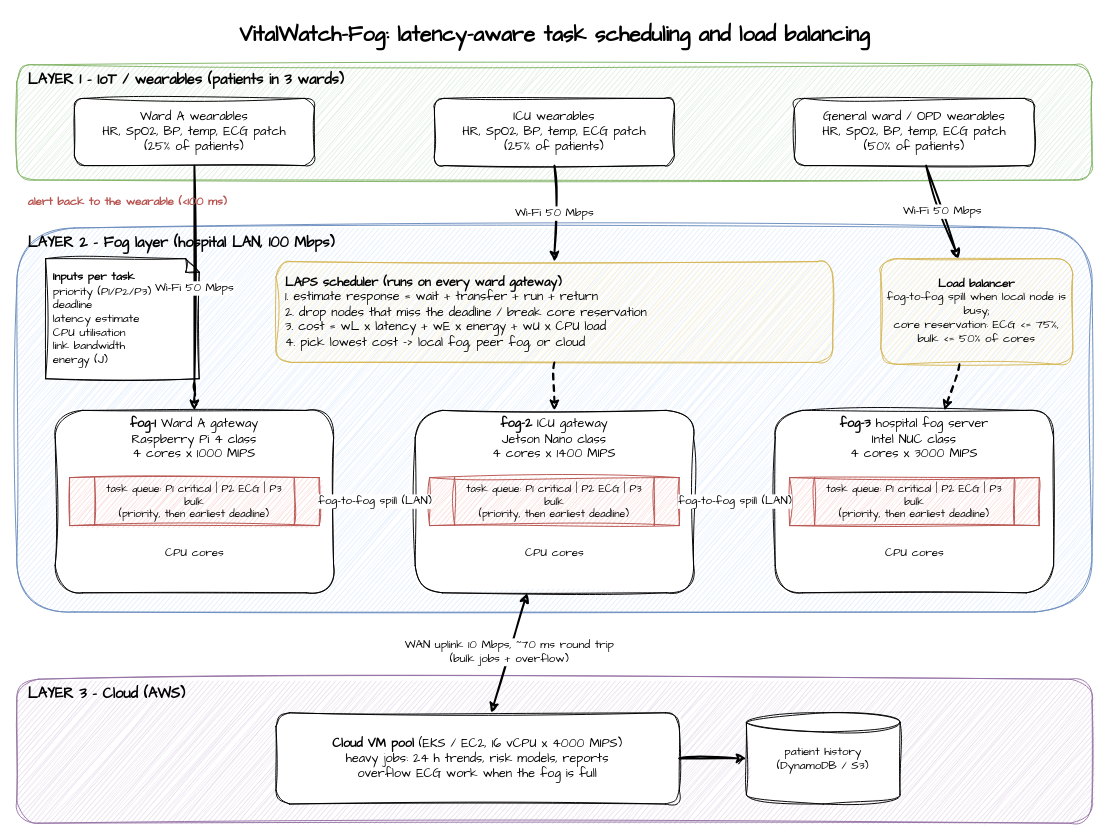
Before: cia2/report/architecture.drawio in Shakthe/cfccia, a draw.io diagram. Source tidied: cells renumbered, new cells numbered last; positions are measured from the earlier drawing's top-left corner, leaving out a move shared by most shapes. Both pictures are drawn from the tidied source at 96%, with x=0, y=0 at pixel (16, 16).
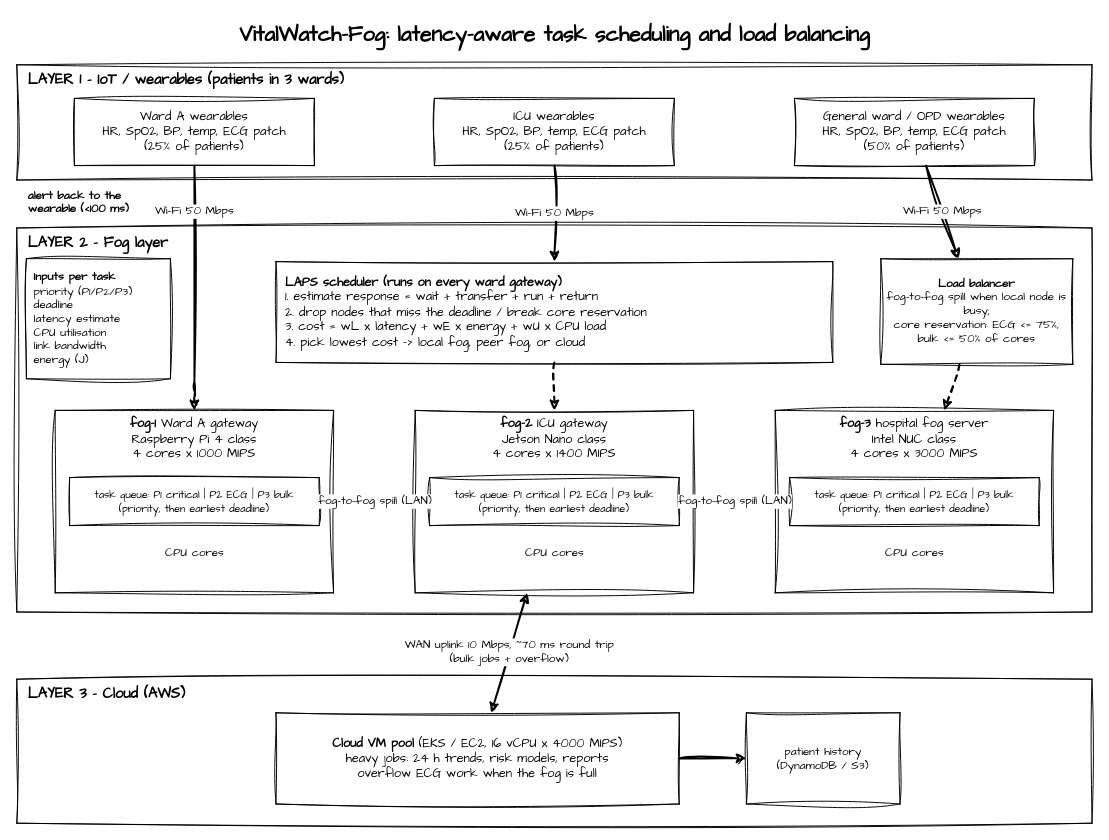
The same diagram, later.

Commit message (it also covers changes not shown here):
Redraw architecture diagram in plain black and white

Diff of the diagram source:
```diff
@@
-    <mxCell id="2" value="VitalWatch-Fog: latency-aware task scheduling and load balancing" style="text;html=1;fontSize=22;fontStyle=1;fontFamily=Architects Daughter;align=center;" parent="1" vertex="1">
+    <mxCell id="2" value="VitalWatch-Fog: latency-aware task scheduling and load balancing" style="text;html=1;fontSize=22;fontStyle=1;fontFamily=Architects Daughter;align=center;strokeColor=none;fontColor=#000000;" parent="1" vertex="1">
       <mxGeometry x="110" width="900" height="36" as="geometry" />
     </mxCell>
-    <mxCell id="3" value="LAYER 1 - IoT / wearables (patients in 3 wards)" style="rounded=1;whiteSpace=wrap;html=1;sketch=1;curveFitting=1;jiggle=2;fillColor=#d5e8d4;strokeColor=#82b366;verticalAlign=top;align=left;spacingLeft=10;fontSize=15;fontStyle=1;fontFamily=Architects Daughter;" parent="1" vertex="1">
+    <mxCell id="3" value="LAYER 1 - IoT / wearables (patients in 3 wards)" style="rounded=0;whiteSpace=wrap;html=1;sketch=1;curveFitting=1;jiggle=2;verticalAlign=top;align=left;spacingLeft=10;fontSize=15;fontStyle=1;fontFamily=Architects Daughter;fillColor=none;strokeColor=#000000;fontColor=#000000;" parent="1" vertex="1">
       <mxGeometry y="50" width="1120" height="120" as="geometry" />
     </mxCell>
-    <mxCell id="4" value="Ward A wearables&lt;br&gt;HR, SpO2, BP, temp, ECG patch&lt;br&gt;(25% of patients)" style="rounded=1;whiteSpace=wrap;html=1;sketch=1;curveFitting=1;jiggle=2;fillColor=#ffffff;fontFamily=Architects Daughter;fontSize=13;" parent="1" vertex="1">
+    <mxCell id="4" value="Ward A wearables&lt;br&gt;HR, SpO2, BP, temp, ECG patch&lt;br&gt;(25% of patients)" style="rounded=0;whiteSpace=wrap;html=1;sketch=1;curveFitting=1;jiggle=2;fontFamily=Architects Daughter;fontSize=13;fillColor=none;strokeColor=#000000;fontColor=#000000;" parent="1" vertex="1">
       <mxGeometry x="60" y="85" width="250" height="70" as="geometry" />
     </mxCell>
-    <mxCell id="5" value="ICU wearables&lt;br&gt;HR, SpO2, BP, temp, ECG patch&lt;br&gt;(25% of patients)" style="rounded=1;whiteSpace=wrap;html=1;sketch=1;curveFitting=1;jiggle=2;fillColor=#ffffff;fontFamily=Architects Daughter;fontSize=13;" parent="1" vertex="1">
+    <mxCell id="5" value="ICU wearables&lt;br&gt;HR, SpO2, BP, temp, ECG patch&lt;br&gt;(25% of patients)" style="rounded=0;whiteSpace=wrap;html=1;sketch=1;curveFitting=1;jiggle=2;fontFamily=Architects Daughter;fontSize=13;fillColor=none;strokeColor=#000000;fontColor=#000000;" parent="1" vertex="1">
       <mxGeometry x="435" y="85" width="250" height="70" as="geometry" />
     </mxCell>
-    <mxCell id="6" value="General ward / OPD wearables&lt;br&gt;HR, SpO2, BP, temp, ECG patch&lt;br&gt;(50% of patients)" style="rounded=1;whiteSpace=wrap;html=1;sketch=1;curveFitting=1;jiggle=2;fillColor=#ffffff;fontFamily=Architects Daughter;fontSize=13;" parent="1" vertex="1">
+    <mxCell id="6" value="General ward / OPD wearables&lt;br&gt;HR, SpO2, BP, temp, ECG patch&lt;br&gt;(50% of patients)" style="rounded=0;whiteSpace=wrap;html=1;sketch=1;curveFitting=1;jiggle=2;fontFamily=Architects Daughter;fontSize=13;fillColor=none;strokeColor=#000000;fontColor=#000000;" parent="1" vertex="1">
       <mxGeometry x="810" y="85" width="250" height="70" as="geometry" />
     </mxCell>
-    <mxCell id="7" value="LAYER 2 - Fog layer (hospital LAN, 100 Mbps)" style="rounded=1;whiteSpace=wrap;html=1;sketch=1;curveFitting=1;jiggle=2;fillColor=#dae8fc;strokeColor=#6c8ebf;verticalAlign=top;align=left;spacingLeft=10;fontSize=15;fontStyle=1;fontFamily=Architects Daughter;" parent="1" vertex="1">
+    <mxCell id="7" value="LAYER 2 - Fog layer" style="rounded=0;whiteSpace=wrap;html=1;sketch=1;curveFitting=1;jiggle=2;verticalAlign=top;align=left;spacingLeft=10;fontSize=15;fontStyle=1;fontFamily=Architects Daughter;fillColor=none;strokeColor=#000000;fontColor=#000000;" parent="1" vertex="1">
       <mxGeometry y="220" width="1120" height="400" as="geometry" />
     </mxCell>
-    <mxCell id="8" value="&lt;b&gt;LAPS scheduler (runs on every ward gateway)&lt;/b&gt;&lt;br&gt;1. estimate response = wait + transfer + run + return&lt;br&gt;2. drop nodes that miss the deadline / break core reservation&lt;br&gt;3. cost = wL x latency + wE x energy + wU x CPU load&lt;br&gt;4. pick lowest cost -&gt; local fog, peer fog, or cloud" style="rounded=1;whiteSpace=wrap;html=1;sketch=1;curveFitting=1;jiggle=2;fillColor=#fff2cc;strokeColor=#d6b656;fontFamily=Architects Daughter;fontSize=13;align=left;spacingLeft=8;" parent="1" vertex="1">
+    <mxCell id="8" value="&lt;b&gt;LAPS scheduler (runs on every ward gateway)&lt;/b&gt;&lt;br&gt;1. estimate response = wait + transfer + run + return&lt;br&gt;2. drop nodes that miss the deadline / break core reservation&lt;br&gt;3. cost = wL x latency + wE x energy + wU x CPU load&lt;br&gt;4. pick lowest cost -&gt; local fog, peer fog, or cloud" style="rounded=0;whiteSpace=wrap;html=1;sketch=1;curveFitting=1;jiggle=2;fontFamily=Architects Daughter;fontSize=13;align=left;spacingLeft=8;fillColor=none;strokeColor=#000000;fontColor=#000000;" parent="1" vertex="1">
       <mxGeometry x="270" y="255" width="580" height="105" as="geometry" />
     </mxCell>
-    <mxCell id="9" value="&lt;b&gt;Inputs per task&lt;/b&gt;&lt;br&gt;priority (P1/P2/P3)&lt;br&gt;deadline&lt;br&gt;latency estimate&lt;br&gt;CPU utilisation&lt;br&gt;link bandwidth&lt;br&gt;energy (J)" style="shape=note;whiteSpace=wrap;html=1;sketch=1;curveFitting=1;jiggle=2;fillColor=#ffffff;fontFamily=Architects Daughter;fontSize=12;align=left;spacingLeft=6;size=14;" parent="1" vertex="1">
-      <mxGeometry x="30" y="252" width="160" height="125" as="geometry" />
+    <mxCell id="9" value="&lt;b&gt;Inputs per task&lt;/b&gt;&lt;br&gt;priority (P1/P2/P3)&lt;br&gt;deadline&lt;br&gt;latency estimate&lt;br&gt;CPU utilisation&lt;br&gt;link bandwidth&lt;br&gt;energy (J)" style="rounded=0;whiteSpace=wrap;html=1;sketch=1;curveFitting=1;jiggle=2;fontFamily=Architects Daughter;fontSize=12;align=left;spacingLeft=6;fillColor=none;strokeColor=#000000;fontColor=#000000;" parent="1" vertex="1">
+      <mxGeometry x="10" y="252" width="150" height="125" as="geometry" />
     </mxCell>
-    <mxCell id="10" value="&lt;b&gt;Load balancer&lt;/b&gt;&lt;br&gt;fog-to-fog spill when local node is busy;&lt;br&gt;core reservation: ECG &lt;= 75%, bulk &lt;= 50% of cores" style="rounded=1;whiteSpace=wrap;html=1;sketch=1;curveFitting=1;jiggle=2;fillColor=#fff2cc;strokeColor=#d6b656;fontFamily=Architects Daughter;fontSize=12;" parent="1" vertex="1">
+    <mxCell id="10" value="&lt;b&gt;Load balancer&lt;/b&gt;&lt;br&gt;fog-to-fog spill when local node is busy;&lt;br&gt;core reservation: ECG &lt;= 75%, bulk &lt;= 50% of cores" style="rounded=0;whiteSpace=wrap;html=1;sketch=1;curveFitting=1;jiggle=2;fontFamily=Architects Daughter;fontSize=12;fillColor=none;strokeColor=#000000;fontColor=#000000;" parent="1" vertex="1">
       <mxGeometry x="900" y="252" width="200" height="110" as="geometry" />
     </mxCell>
-    <mxCell id="11" value="&lt;b&gt;fog-1&lt;/b&gt; Ward A gateway&lt;br&gt;Raspberry Pi 4 class&lt;br&gt;4 cores x 1000 MIPS" style="rounded=1;whiteSpace=wrap;html=1;sketch=1;curveFitting=1;jiggle=2;fillColor=#ffffff;fontFamily=Architects Daughter;fontSize=13;verticalAlign=top;" parent="1" vertex="1">
+    <mxCell id="11" value="&lt;b&gt;fog-1&lt;/b&gt; Ward A gateway&lt;br&gt;Raspberry Pi 4 class&lt;br&gt;4 cores x 1000 MIPS" style="rounded=0;whiteSpace=wrap;html=1;sketch=1;curveFitting=1;jiggle=2;fontFamily=Architects Daughter;fontSize=13;verticalAlign=top;fillColor=none;strokeColor=#000000;fontColor=#000000;" parent="1" vertex="1">
       <mxGeometry x="40" y="410" width="290" height="190" as="geometry" />
     </mxCell>
-    <mxCell id="12" value="&lt;b&gt;fog-2&lt;/b&gt; ICU gateway&lt;br&gt;Jetson Nano class&lt;br&gt;4 cores x 1400 MIPS" style="rounded=1;whiteSpace=wrap;html=1;sketch=1;curveFitting=1;jiggle=2;fillColor=#ffffff;fontFamily=Architects Daughter;fontSize=13;verticalAlign=top;" parent="1" vertex="1">
+    <mxCell id="12" value="&lt;b&gt;fog-2&lt;/b&gt; ICU gateway&lt;br&gt;Jetson Nano class&lt;br&gt;4 cores x 1400 MIPS" style="rounded=0;whiteSpace=wrap;html=1;sketch=1;curveFitting=1;jiggle=2;fontFamily=Architects Daughter;fontSize=13;verticalAlign=top;fillColor=none;strokeColor=#000000;fontColor=#000000;" parent="1" vertex="1">
       <mxGeometry x="415" y="410" width="290" height="190" as="geometry" />
     </mxCell>
-    <mxCell id="13" value="&lt;b&gt;fog-3&lt;/b&gt; hospital fog server&lt;br&gt;Intel NUC class&lt;br&gt;4 cores x 3000 MIPS" style="rounded=1;whiteSpace=wrap;html=1;sketch=1;curveFitting=1;jiggle=2;fillColor=#ffffff;fontFamily=Architects Daughter;fontSize=13;verticalAlign=top;" parent="1" vertex="1">
+    <mxCell id="13" value="&lt;b&gt;fog-3&lt;/b&gt; hospital fog server&lt;br&gt;Intel NUC class&lt;br&gt;4 cores x 3000 MIPS" style="rounded=0;whiteSpace=wrap;html=1;sketch=1;curveFitting=1;jiggle=2;fontFamily=Architects Daughter;fontSize=13;verticalAlign=top;fillColor=none;strokeColor=#000000;fontColor=#000000;" parent="1" vertex="1">
       <mxGeometry x="790" y="410" width="290" height="190" as="geometry" />
     </mxCell>
-    <mxCell id="14" value="task queue: P1 critical | P2 ECG | P3 bulk&lt;br&gt;(priority, then earliest deadline)" style="shape=process;whiteSpace=wrap;html=1;sketch=1;curveFitting=1;jiggle=2;fillColor=#f8cecc;strokeColor=#b85450;fontFamily=Architects Daughter;fontSize=11;" parent="1" vertex="1">
+    <mxCell id="14" value="task queue: P1 critical | P2 ECG | P3 bulk&lt;br&gt;(priority, then earliest deadline)" style="rounded=0;whiteSpace=wrap;html=1;sketch=1;curveFitting=1;jiggle=2;fontFamily=Architects Daughter;fontSize=11;fillColor=none;strokeColor=#000000;fontColor=#000000;" parent="1" vertex="1">
       <mxGeometry x="55" y="480" width="260" height="50" as="geometry" />
     </mxCell>
-    <mxCell id="15" value="task queue: P1 critical | P2 ECG | P3 bulk&lt;br&gt;(priority, then earliest deadline)" style="shape=process;whiteSpace=wrap;html=1;sketch=1;curveFitting=1;jiggle=2;fillColor=#f8cecc;strokeColor=#b85450;fontFamily=Architects Daughter;fontSize=11;" parent="1" vertex="1">
+    <mxCell id="15" value="task queue: P1 critical | P2 ECG | P3 bulk&lt;br&gt;(priority, then earliest deadline)" style="rounded=0;whiteSpace=wrap;html=1;sketch=1;curveFitting=1;jiggle=2;fontFamily=Architects Daughter;fontSize=11;fillColor=none;strokeColor=#000000;fontColor=#000000;" parent="1" vertex="1">
       <mxGeometry x="430" y="480" width="260" height="50" as="geometry" />
     </mxCell>
-    <mxCell id="16" value="task queue: P1 critical | P2 ECG | P3 bulk&lt;br&gt;(priority, then earliest deadline)" style="shape=process;whiteSpace=wrap;html=1;sketch=1;curveFitting=1;jiggle=2;fillColor=#f8cecc;strokeColor=#b85450;fontFamily=Architects Daughter;fontSize=11;" parent="1" vertex="1">
+    <mxCell id="16" value="task queue: P1 critical | P2 ECG | P3 bulk&lt;br&gt;(priority, then earliest deadline)" style="rounded=0;whiteSpace=wrap;html=1;sketch=1;curveFitting=1;jiggle=2;fontFamily=Architects Daughter;fontSize=11;fillColor=none;strokeColor=#000000;fontColor=#000000;" parent="1" vertex="1">
       <mxGeometry x="805" y="480" width="260" height="50" as="geometry" />
     </mxCell>
-    <mxCell id="17" value="CPU cores" style="text;html=1;fontFamily=Architects Daughter;fontSize=12;align=center;" parent="1" vertex="1">
+    <mxCell id="17" value="CPU cores" style="text;html=1;fontFamily=Architects Daughter;fontSize=12;align=center;strokeColor=none;fontColor=#000000;" parent="1" vertex="1">
       <mxGeometry x="110" y="545" width="150" height="40" as="geometry" />
     </mxCell>
-    <mxCell id="18" value="CPU cores" style="text;html=1;fontFamily=Architects Daughter;fontSize=12;align=center;" parent="1" vertex="1">
+    <mxCell id="18" value="CPU cores" style="text;html=1;fontFamily=Architects Daughter;fontSize=12;align=center;strokeColor=none;fontColor=#000000;" parent="1" vertex="1">
       <mxGeometry x="485" y="545" width="150" height="40" as="geometry" />
     </mxCell>
-    <mxCell id="19" value="CPU cores" style="text;html=1;fontFamily=Architects Daughter;fontSize=12;align=center;" parent="1" vertex="1">
+    <mxCell id="19" value="CPU cores" style="text;html=1;fontFamily=Architects Daughter;fontSize=12;align=center;strokeColor=none;fontColor=#000000;" parent="1" vertex="1">
       <mxGeometry x="860" y="545" width="150" height="40" as="geometry" />
     </mxCell>
-    <mxCell id="20" value="LAYER 3 - Cloud (AWS)" style="rounded=1;whiteSpace=wrap;html=1;sketch=1;curveFitting=1;jiggle=2;fillColor=#e1d5e7;strokeColor=#9673a6;verticalAlign=top;align=left;spacingLeft=10;fontSize=15;fontStyle=1;fontFamily=Architects Daughter;" parent="1" vertex="1">
+    <mxCell id="20" value="LAYER 3 - Cloud (AWS)" style="rounded=0;whiteSpace=wrap;html=1;sketch=1;curveFitting=1;jiggle=2;verticalAlign=top;align=left;spacingLeft=10;fontSize=15;fontStyle=1;fontFamily=Architects Daughter;fillColor=none;strokeColor=#000000;fontColor=#000000;" parent="1" vertex="1">
       <mxGeometry y="690" width="1120" height="150" as="geometry" />
     </mxCell>
-    <mxCell id="21" value="&lt;b&gt;Cloud VM pool&lt;/b&gt; (EKS / EC2, 16 vCPU x 4000 MIPS)&lt;br&gt;heavy jobs: 24 h trends, risk models, reports&lt;br&gt;overflow ECG work when the fog is full" style="rounded=1;whiteSpace=wrap;html=1;sketch=1;curveFitting=1;jiggle=2;fillColor=#ffffff;fontFamily=Architects Daughter;fontSize=13;" parent="1" vertex="1">
+    <mxCell id="21" value="&lt;b&gt;Cloud VM pool&lt;/b&gt; (EKS / EC2, 16 vCPU x 4000 MIPS)&lt;br&gt;heavy jobs: 24 h trends, risk models, reports&lt;br&gt;overflow ECG work when the fog is full" style="rounded=0;whiteSpace=wrap;html=1;sketch=1;curveFitting=1;jiggle=2;fontFamily=Architects Daughter;fontSize=13;fillColor=none;strokeColor=#000000;fontColor=#000000;" parent="1" vertex="1">
       <mxGeometry x="270" y="725" width="420" height="95" as="geometry" />
     </mxCell>
-    <mxCell id="22" value="patient history&lt;br&gt;(DynamoDB / S3)" style="shape=cylinder3;whiteSpace=wrap;html=1;sketch=1;curveFitting=1;jiggle=2;fillColor=#ffffff;fontFamily=Architects Daughter;fontSize=12;size=10;" parent="1" vertex="1">
+    <mxCell id="22" value="patient history&lt;br&gt;(DynamoDB / S3)" style="rounded=0;whiteSpace=wrap;html=1;sketch=1;curveFitting=1;jiggle=2;fontFamily=Architects Daughter;fontSize=12;fillColor=none;strokeColor=#000000;fontColor=#000000;" parent="1" vertex="1">
       <mxGeometry x="760" y="725" width="160" height="95" as="geometry" />
     </mxCell>
-    <mxCell id="23" value="Wi-Fi 50 Mbps" style="endArrow=classic;html=1;sketch=1;curveFitting=1;jiggle=2;strokeWidth=2;fontFamily=Architects Daughter;fontSize=12;" parent="1" edge="1" source="4" target="11">
-      <mxGeometry relative="1" as="geometry">
+    <mxCell id="23" value="Wi-Fi 50 Mbps" style="endArrow=classic;html=1;sketch=1;curveFitting=1;jiggle=2;strokeWidth=2;fontFamily=Architects Daughter;fontSize=12;strokeColor=#000000;fontColor=#000000;" parent="1" edge="1" source="4" target="11">
+      <mxGeometry x="-0.62" relative="1" as="geometry">
         <Array as="points">
           <mxPoint x="185" y="390" />
         </Array>
       </mxGeometry>
     </mxCell>
-    <mxCell id="24" value="Wi-Fi 50 Mbps" style="endArrow=classic;html=1;sketch=1;curveFitting=1;jiggle=2;strokeWidth=2;fontFamily=Architects Daughter;fontSize=12;" parent="1" edge="1" source="5" target="8">
+    <mxCell id="24" value="Wi-Fi 50 Mbps" style="endArrow=classic;html=1;sketch=1;curveFitting=1;jiggle=2;strokeWidth=2;fontFamily=Architects Daughter;fontSize=12;strokeColor=#000000;fontColor=#000000;" parent="1" edge="1" source="5" target="8">
       <mxGeometry relative="1" as="geometry" />
     </mxCell>
-    <mxCell id="25" value="Wi-Fi 50 Mbps" style="endArrow=classic;html=1;sketch=1;curveFitting=1;jiggle=2;strokeWidth=2;fontFamily=Architects Daughter;fontSize=12;" parent="1" edge="1" source="6" target="10">
+    <mxCell id="25" value="Wi-Fi 50 Mbps" style="endArrow=classic;html=1;sketch=1;curveFitting=1;jiggle=2;strokeWidth=2;fontFamily=Architects Daughter;fontSize=12;strokeColor=#000000;fontColor=#000000;" parent="1" edge="1" source="6" target="10">
       <mxGeometry relative="1" as="geometry" />
     </mxCell>
-    <mxCell id="26" style="endArrow=classic;html=1;sketch=1;curveFitting=1;jiggle=2;strokeWidth=2;dashed=1;" parent="1" edge="1" source="8" target="12">
+    <mxCell id="26" style="endArrow=classic;html=1;sketch=1;curveFitting=1;jiggle=2;strokeWidth=2;dashed=1;strokeColor=#000000;fontColor=#000000;" parent="1" edge="1" source="8" target="12">
       <mxGeometry relative="1" as="geometry" />
     </mxCell>
-    <mxCell id="27" value="fog-to-fog spill (LAN)" style="endArrow=classic;startArrow=classic;html=1;sketch=1;curveFitting=1;jiggle=2;strokeWidth=2;fontFamily=Architects Daughter;fontSize=12;" parent="1" edge="1" source="11" target="12">
+    <mxCell id="27" value="fog-to-fog spill (LAN)" style="endArrow=classic;startArrow=classic;html=1;sketch=1;curveFitting=1;jiggle=2;strokeWidth=2;fontFamily=Architects Daughter;fontSize=12;strokeColor=#000000;fontColor=#000000;" parent="1" edge="1" source="11" target="12">
       <mxGeometry relative="1" as="geometry" />
     </mxCell>
-    <mxCell id="28" value="fog-to-fog spill (LAN)" style="endArrow=classic;startArrow=classic;html=1;sketch=1;curveFitting=1;jiggle=2;strokeWidth=2;fontFamily=Architects Daughter;fontSize=12;" parent="1" edge="1" source="12" target="13">
+    <mxCell id="28" value="fog-to-fog spill (LAN)" style="endArrow=classic;startArrow=classic;html=1;sketch=1;curveFitting=1;jiggle=2;strokeWidth=2;fontFamily=Architects Daughter;fontSize=12;strokeColor=#000000;fontColor=#000000;" parent="1" edge="1" source="12" target="13">
       <mxGeometry relative="1" as="geometry" />
     </mxCell>
-    <mxCell id="29" value="WAN uplink 10 Mbps, ~70 ms round trip&lt;br&gt;(bulk jobs + overflow)" style="endArrow=classic;startArrow=classic;html=1;sketch=1;curveFitting=1;jiggle=2;strokeWidth=2;fontFamily=Architects Daughter;fontSize=12;" parent="1" edge="1" source="12" target="21">
+    <mxCell id="29" value="WAN uplink 10 Mbps, ~70 ms round trip&lt;br&gt;(bulk jobs + overflow)" style="endArrow=classic;startArrow=classic;html=1;sketch=1;curveFitting=1;jiggle=2;strokeWidth=2;fontFamily=Architects Daughter;fontSize=12;strokeColor=#000000;fontColor=#000000;" parent="1" edge="1" source="12" target="21">
       <mxGeometry relative="1" as="geometry" />
     </mxCell>
-    <mxCell id="30" style="endArrow=classic;html=1;sketch=1;curveFitting=1;jiggle=2;strokeWidth=2;" parent="1" edge="1" source="21" target="22">
+    <mxCell id="30" style="endArrow=classic;html=1;sketch=1;curveFitting=1;jiggle=2;strokeWidth=2;strokeColor=#000000;fontColor=#000000;" parent="1" edge="1" source="21" target="22">
       <mxGeometry relative="1" as="geometry" />
     </mxCell>
-    <mxCell id="31" style="endArrow=classic;html=1;sketch=1;curveFitting=1;jiggle=2;strokeWidth=2;dashed=1;" parent="1" edge="1" source="10" target="13">
+    <mxCell id="31" style="endArrow=classic;html=1;sketch=1;curveFitting=1;jiggle=2;strokeWidth=2;dashed=1;strokeColor=#000000;fontColor=#000000;" parent="1" edge="1" source="10" target="13">
       <mxGeometry relative="1" as="geometry" />
     </mxCell>
-    <mxCell id="32" value="alert back to the wearable (&lt;100 ms)" style="text;html=1;fontFamily=Architects Daughter;fontSize=12;fontColor=#b85450;fontStyle=1;" parent="1" vertex="1">
-      <mxGeometry x="10" y="180" width="300" height="30" as="geometry" />
+    <mxCell id="32" value="alert back to the&lt;br&gt;wearable (&lt;100 ms)" style="text;html=1;fontFamily=Architects Daughter;fontSize=12;fontStyle=1;strokeColor=none;fontColor=#000000;" parent="1" vertex="1">
+      <mxGeometry x="10" y="173" width="160" height="40" as="geometry" />
     </mxCell>
```
